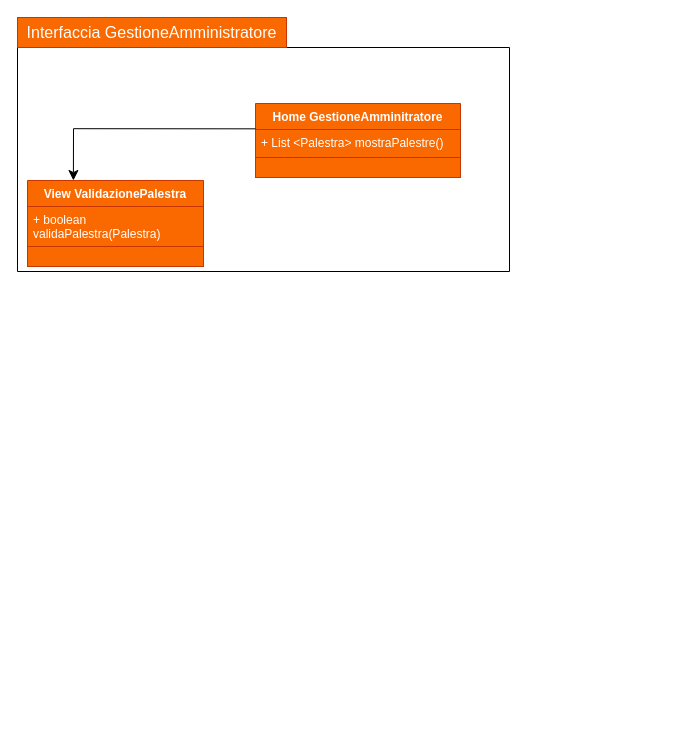
The draw.io diagram Diagrammi_Package/Classi/DPackageGestAmm.drawio in JosephBoom02/Progetto_Ingegneria_del_Software, before the edit. Source tidied: cells renumbered, new cells numbered last; positions are measured from the earlier drawing's top-left corner, leaving out a move shared by most shapes. Both pictures are drawn from the tidied source at 100%, with x=0, y=0 at pixel (17, 17).
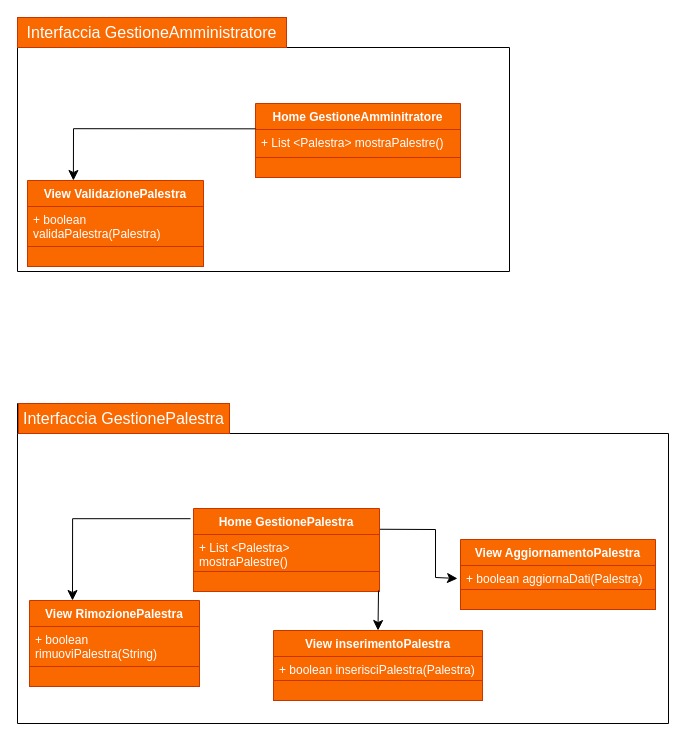
The same page after the edit.

Change to the diagram source:
```diff
@@
+    <mxCell id="14" style="shape=folder;fontStyle=1;spacingTop=10;tabWidth=210;tabHeight=30;tabPosition=left;html=1;whiteSpace=wrap;" parent="1" vertex="1">
+      <mxGeometry y="386" width="651" height="320" as="geometry" />
+    </mxCell>
+    <mxCell id="15" value="&lt;font color=&quot;#ffffff&quot;&gt;Interfaccia GestionePalestra&lt;/font&gt;" style="text;strokeColor=#C73500;fillColor=#fa6800;html=1;align=center;verticalAlign=middle;whiteSpace=wrap;rounded=0;fontSize=16;fontColor=#000000;" parent="1" vertex="1">
+      <mxGeometry x="1" y="386" width="211" height="30" as="geometry" />
+    </mxCell>
+    <mxCell id="16" style="edgeStyle=none;curved=1;rounded=0;orthogonalLoop=1;jettySize=auto;html=1;exitX=0.5;exitY=0;exitDx=0;exitDy=0;fontSize=12;startSize=8;endSize=8;" parent="1" edge="1">
+      <mxGeometry relative="1" as="geometry">
+        <mxPoint x="415" y="470" as="sourcePoint" />
+        <mxPoint x="415" y="470" as="targetPoint" />
+      </mxGeometry>
+    </mxCell>
+    <mxCell id="17" value="&lt;font color=&quot;#ffffff&quot;&gt;View RimozionePalestra&lt;br&gt;&lt;/font&gt;" style="swimlane;fontStyle=1;align=center;verticalAlign=top;horizontal=1;startSize=26;whiteSpace=wrap;html=1;fillColor=#fa6800;fontColor=#000000;strokeColor=#C73500;" parent="1" vertex="1">
+      <mxGeometry x="12" y="583" width="170" height="86" as="geometry" />
+    </mxCell>
+    <mxCell id="18" value="&lt;font color=&quot;#ffffff&quot;&gt;+ boolean rimuoviPalestra(String)&lt;/font&gt;" style="text;strokeColor=#C73500;fillColor=#fa6800;align=left;verticalAlign=top;spacingLeft=4;spacingRight=4;overflow=hidden;whiteSpace=wrap;html=1;fontColor=#000000;" parent="17" vertex="1">
+      <mxGeometry y="26" width="170" height="40" as="geometry" />
+    </mxCell>
+    <mxCell id="19" style="line;strokeWidth=1;fillColor=#fa6800;align=left;verticalAlign=middle;spacingTop=-1;spacingLeft=3;spacingRight=3;labelPosition=right;strokeColor=#FF8000;fontColor=#000000;" parent="17" vertex="1">
+      <mxGeometry y="66" width="170" as="geometry" />
+    </mxCell>
+    <mxCell id="20" value="&lt;div&gt;&lt;br&gt;&lt;/div&gt;&lt;div&gt;&lt;br&gt;&lt;/div&gt;" style="text;strokeColor=#C73500;fillColor=#fa6800;align=left;verticalAlign=top;spacingLeft=4;spacingRight=4;overflow=hidden;whiteSpace=wrap;html=1;fontColor=#000000;" parent="17" vertex="1">
+      <mxGeometry y="66" width="170" height="20" as="geometry" />
+    </mxCell>
+    <mxCell id="21" value="&lt;font color=&quot;#ffffff&quot;&gt;View inserimentoPalestra&lt;br&gt;&lt;/font&gt;" style="swimlane;fontStyle=1;align=center;verticalAlign=top;horizontal=1;startSize=26;whiteSpace=wrap;html=1;fillColor=#fa6800;fontColor=#000000;strokeColor=#C73500;" parent="1" vertex="1">
+      <mxGeometry x="256" y="613" width="209" height="70" as="geometry" />
+    </mxCell>
+    <mxCell id="22" value="&lt;font color=&quot;#ffffff&quot;&gt;+ boolean inserisciPalestra(Palestra)&lt;/font&gt;" style="text;strokeColor=#C73500;fillColor=#fa6800;align=left;verticalAlign=top;spacingLeft=4;spacingRight=4;overflow=hidden;whiteSpace=wrap;html=1;fontColor=#000000;" parent="21" vertex="1">
+      <mxGeometry y="26" width="209" height="24" as="geometry" />
+    </mxCell>
+    <mxCell id="23" style="line;strokeWidth=1;fillColor=#fa6800;align=left;verticalAlign=middle;spacingTop=-1;spacingLeft=3;spacingRight=3;labelPosition=right;strokeColor=#FF8000;fontColor=#000000;" parent="21" vertex="1">
+      <mxGeometry y="50" width="209" as="geometry" />
+    </mxCell>
+    <mxCell id="24" value="&lt;div&gt;&lt;br&gt;&lt;/div&gt;&lt;div&gt;&lt;br&gt;&lt;/div&gt;" style="text;strokeColor=#C73500;fillColor=#fa6800;align=left;verticalAlign=top;spacingLeft=4;spacingRight=4;overflow=hidden;whiteSpace=wrap;html=1;fontColor=#000000;" parent="21" vertex="1">
+      <mxGeometry y="50" width="209" height="20" as="geometry" />
+    </mxCell>
+    <mxCell id="25" style="edgeStyle=none;curved=0;rounded=0;jettySize=auto;html=1;exitX=1;exitY=0.25;exitDx=0;exitDy=0;fontSize=12;startSize=8;endSize=8;" parent="1" edge="1" source="26">
+      <mxGeometry relative="1" as="geometry">
+        <mxPoint x="440" y="561" as="targetPoint" />
+        <Array as="points">
+          <mxPoint x="418" y="512" />
+          <mxPoint x="418" y="560" />
+        </Array>
+      </mxGeometry>
+    </mxCell>
+    <mxCell id="26" value="&lt;font color=&quot;#ffffff&quot;&gt;Home GestionePalestra&lt;/font&gt;" style="swimlane;fontStyle=1;align=center;verticalAlign=top;horizontal=1;startSize=26;whiteSpace=wrap;html=1;fillColor=#fa6800;fontColor=#000000;strokeColor=#C73500;" parent="1" vertex="1">
+      <mxGeometry x="176" y="491" width="186" height="83" as="geometry" />
+    </mxCell>
+    <mxCell id="27" value="&lt;span style=&quot;color: rgb(255, 255, 255);&quot;&gt;+ List &amp;lt;Palestra&amp;gt; mostraPalestre()&lt;/span&gt;" style="text;strokeColor=#C73500;fillColor=#fa6800;align=left;verticalAlign=top;spacingLeft=4;spacingRight=4;overflow=hidden;whiteSpace=wrap;html=1;fontColor=#000000;" parent="26" vertex="1">
+      <mxGeometry y="26" width="186" height="37" as="geometry" />
+    </mxCell>
+    <mxCell id="28" style="line;strokeWidth=1;fillColor=#fa6800;align=left;verticalAlign=middle;spacingTop=-1;spacingLeft=3;spacingRight=3;labelPosition=right;strokeColor=#FF8000;fontColor=#000000;" parent="26" vertex="1">
+      <mxGeometry y="63" width="186" as="geometry" />
+    </mxCell>
+    <mxCell id="29" value="&lt;div&gt;&lt;br&gt;&lt;/div&gt;&lt;div&gt;&lt;br&gt;&lt;/div&gt;" style="text;strokeColor=#C73500;fillColor=#fa6800;align=left;verticalAlign=top;spacingLeft=4;spacingRight=4;overflow=hidden;whiteSpace=wrap;html=1;fontColor=#000000;" parent="26" vertex="1">
+      <mxGeometry y="63" width="186" height="20" as="geometry" />
+    </mxCell>
+    <mxCell id="30" style="edgeStyle=none;curved=0;rounded=0;jettySize=auto;html=1;fontSize=12;startSize=8;endSize=8;entryX=0.5;entryY=0;entryDx=0;entryDy=0;" parent="1" edge="1" target="21">
+      <mxGeometry relative="1" as="geometry">
+        <mxPoint x="361" y="573" as="sourcePoint" />
+      </mxGeometry>
+    </mxCell>
+    <mxCell id="31" style="edgeStyle=none;curved=0;rounded=0;orthogonalLoop=1;jettySize=auto;html=1;fontSize=12;startSize=8;endSize=8;entryX=0.613;entryY=0.025;entryDx=0;entryDy=0;entryPerimeter=0;" parent="1" edge="1">
+      <mxGeometry relative="1" as="geometry">
+        <mxPoint x="173.1" y="501.2" as="sourcePoint" />
+        <mxPoint x="55" y="583" as="targetPoint" />
+        <Array as="points">
+          <mxPoint x="55.1" y="501.2" />
+        </Array>
+      </mxGeometry>
+    </mxCell>
+    <mxCell id="32" value="&lt;font color=&quot;#ffffff&quot;&gt;View AggiornamentoPalestra&lt;br&gt;&lt;/font&gt;" style="swimlane;fontStyle=1;align=center;verticalAlign=top;horizontal=1;startSize=26;whiteSpace=wrap;html=1;fillColor=#fa6800;fontColor=#000000;strokeColor=#C73500;" parent="1" vertex="1">
+      <mxGeometry x="443" y="522" width="195" height="70" as="geometry" />
+    </mxCell>
+    <mxCell id="33" value="&lt;font color=&quot;#ffffff&quot;&gt;+ boolean aggiornaDati(Palestra)&lt;/font&gt;" style="text;strokeColor=#C73500;fillColor=#fa6800;align=left;verticalAlign=top;spacingLeft=4;spacingRight=4;overflow=hidden;whiteSpace=wrap;html=1;fontColor=#000000;" parent="32" vertex="1">
+      <mxGeometry y="26" width="195" height="24" as="geometry" />
+    </mxCell>
+    <mxCell id="34" style="line;strokeWidth=1;fillColor=#fa6800;align=left;verticalAlign=middle;spacingTop=-1;spacingLeft=3;spacingRight=3;labelPosition=right;strokeColor=#FF8000;fontColor=#000000;" parent="32" vertex="1">
+      <mxGeometry y="50" width="195" as="geometry" />
+    </mxCell>
+    <mxCell id="35" value="&lt;div&gt;&lt;br&gt;&lt;/div&gt;&lt;div&gt;&lt;br&gt;&lt;/div&gt;" style="text;strokeColor=#C73500;fillColor=#fa6800;align=left;verticalAlign=top;spacingLeft=4;spacingRight=4;overflow=hidden;whiteSpace=wrap;html=1;fontColor=#000000;" parent="32" vertex="1">
+      <mxGeometry y="50" width="195" height="20" as="geometry" />
+    </mxCell>
```
